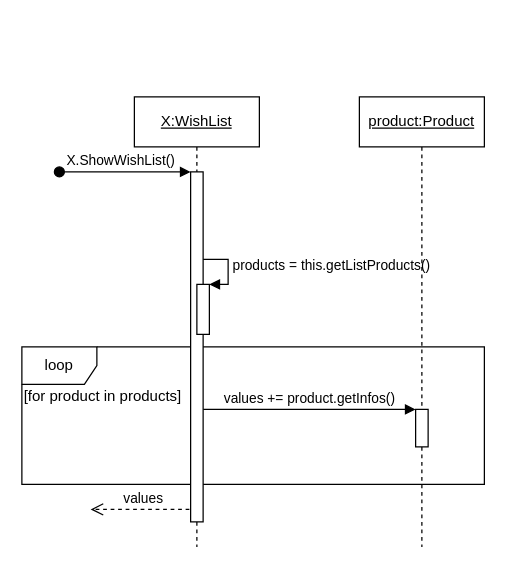
The draw.io diagram Diagrammes/SequenceDiagrams/showWishlist.drawio in NNepper/LSINF1225-2020-GroupeL1.1-WishList, before the edit. Source tidied: cells renumbered, new cells numbered last; positions are measured from the earlier drawing's top-left corner, leaving out a move shared by most shapes. Both pictures are drawn from the tidied source at 125%, with x=0, y=0 at pixel (21, 96).
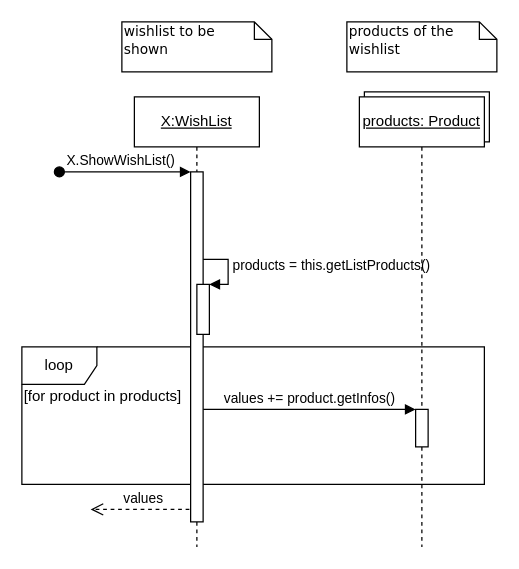
Above is the later version.

Diff of the diagram source:
```diff
@@
 <mxGraphModel>
   <root>
     <mxCell id="0" />
     <mxCell id="1" parent="0" />
+    <mxCell id="13" style="rounded=0;whiteSpace=wrap;html=1;" parent="1" vertex="1">
+      <mxGeometry x="274" y="-4" width="100" height="40" as="geometry" />
+    </mxCell>
     <mxCell id="2" value="loop" style="shape=umlFrame;whiteSpace=wrap;html=1;" parent="1" vertex="1">
       <mxGeometry y="200" width="370" height="110" as="geometry" />
     </mxCell>
     <mxCell id="3" value="values" style="html=1;verticalAlign=bottom;endArrow=open;dashed=1;endSize=8;" parent="1" edge="1">
       <mxGeometry relative="1" as="geometry">
         <mxPoint x="140" y="330" as="sourcePoint" />
         <mxPoint x="55" y="330" as="targetPoint" />
       </mxGeometry>
     </mxCell>
     <mxCell id="4" value="values += product.getInfos()" style="html=1;verticalAlign=bottom;endArrow=block;entryX=0;entryY=0;" parent="1" edge="1" source="7" target="10">
       <mxGeometry relative="1" as="geometry" />
     </mxCell>
     <mxCell id="5" value="&lt;u&gt;X:WishList&lt;/u&gt;" style="shape=umlLifeline;perimeter=lifelinePerimeter;whiteSpace=wrap;html=1;" parent="1" vertex="1">
       <mxGeometry x="90" width="100" height="360" as="geometry" />
     </mxCell>
-    <mxCell id="6" value="&lt;span style=&quot;text-align: center&quot;&gt;products = this.getListProducts()&lt;/span&gt;" style="edgeStyle=orthogonalEdgeStyle;html=1;align=left;spacingLeft=2;endArrow=block;rounded=0;entryX=1;entryY=0;" parent="5" edge="1" target="8">
+    <mxCell id="6" value="&lt;span style=&quot;text-align: center ; background-color: rgb(255 , 255 , 255)&quot;&gt;products = this.getListProducts()&lt;/span&gt;" style="edgeStyle=orthogonalEdgeStyle;html=1;align=left;spacingLeft=2;endArrow=block;rounded=0;entryX=1;entryY=0;labelPosition=right;verticalLabelPosition=middle;verticalAlign=middle;labelBackgroundColor=#ffffff;" parent="5" edge="1" target="8">
       <mxGeometry relative="1" as="geometry">
         <mxPoint x="50" y="130" as="sourcePoint" />
         <Array as="points">
           <mxPoint x="75" y="130" />
         </Array>
       </mxGeometry>
     </mxCell>
     <mxCell id="7" style="html=1;points=[];perimeter=orthogonalPerimeter;" parent="5" vertex="1">
       <mxGeometry x="45" y="60" width="10" height="280" as="geometry" />
     </mxCell>
     <mxCell id="8" style="html=1;points=[];perimeter=orthogonalPerimeter;" parent="5" vertex="1">
       <mxGeometry x="50" y="150" width="10" height="40" as="geometry" />
     </mxCell>
-    <mxCell id="9" value="&lt;u&gt;product:Product&lt;/u&gt;" style="shape=umlLifeline;perimeter=lifelinePerimeter;whiteSpace=wrap;html=1;" parent="1" vertex="1">
+    <mxCell id="9" value="&lt;u&gt;products: Product&lt;/u&gt;" style="shape=umlLifeline;perimeter=lifelinePerimeter;whiteSpace=wrap;html=1;" parent="1" vertex="1">
       <mxGeometry x="270" width="100" height="360" as="geometry" />
     </mxCell>
     <mxCell id="10" style="html=1;points=[];perimeter=orthogonalPerimeter;" parent="9" vertex="1">
       <mxGeometry x="45" y="250" width="10" height="30" as="geometry" />
     </mxCell>
     <mxCell id="11" value="[for product in products]" style="text;html=1;strokeColor=none;fillColor=none;align=center;verticalAlign=middle;whiteSpace=wrap;rounded=0;" parent="1" vertex="1">
       <mxGeometry y="230" width="130" height="20" as="geometry" />
     </mxCell>
     <mxCell id="12" value="X.ShowWishList()" style="html=1;verticalAlign=bottom;startArrow=oval;endArrow=block;startSize=8;" parent="1" edge="1" target="7">
       <mxGeometry x="-0.06" relative="1" as="geometry">
         <mxPoint x="30" y="60" as="sourcePoint" />
       </mxGeometry>
     </mxCell>
+    <mxCell id="14" value="&lt;span style=&quot;font-size: 11px&quot;&gt;wishlist to be&lt;br&gt;shown&lt;/span&gt;" style="shape=note;whiteSpace=wrap;html=1;size=14;verticalAlign=top;align=left;spacingTop=-6;rounded=0;shadow=0;comic=0;labelBackgroundColor=none;strokeWidth=1;fontFamily=Verdana;fontSize=12;" parent="1" vertex="1">
+      <mxGeometry x="80" y="-60" width="120" height="40" as="geometry" />
+    </mxCell>
+    <mxCell id="15" value="&lt;span style=&quot;font-size: 11px&quot;&gt;products of the&amp;nbsp;&lt;br&gt;wishlist&lt;br&gt;&lt;/span&gt;" style="shape=note;whiteSpace=wrap;html=1;size=14;verticalAlign=top;align=left;spacingTop=-6;rounded=0;shadow=0;comic=0;labelBackgroundColor=none;strokeWidth=1;fontFamily=Verdana;fontSize=12;" parent="1" vertex="1">
+      <mxGeometry x="260" y="-60" width="120" height="40" as="geometry" />
+    </mxCell>
   </root>
 </mxGraphModel>
```
